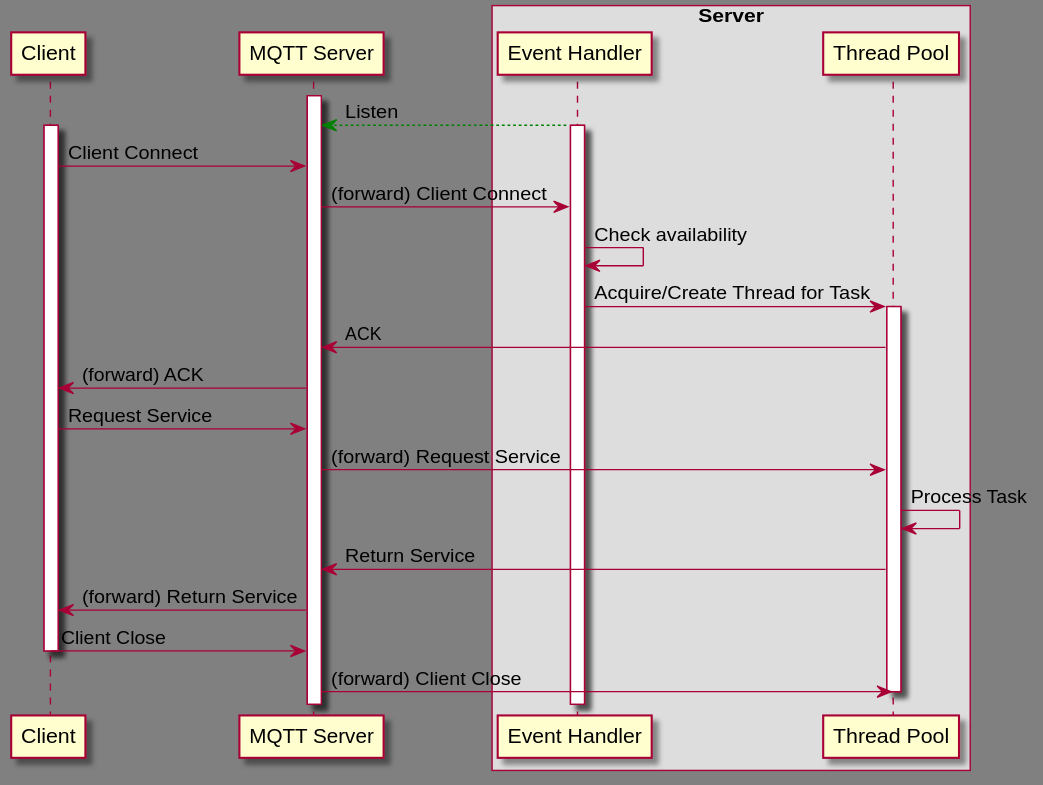
Above: docs/SequenceDiagram.svg in Jvandijk335/CLI_ESCAPE_ROOM (PlantUML), before the change. Its diagram source:
```plantuml
@startuml SequenceDiagram
skinparam BackgroundColor #AliceBluegit


participant Client
participant "MQTT Server" as MqttServer
box Server
skinparam BackgroundColor grey
participant "Event Handler" as Server
participant "Thread Pool" as ThreadPool
end box

activate MqttServer

MqttServer <--[#green]-- Server : Listen
activate Server

activate Client
Client -> MqttServer : Client Connect
MqttServer -> Server : (forward) Client Connect
Server -> Server : Check availability

Server -> ThreadPool : Acquire/Create Thread for Task
activate ThreadPool
ThreadPool -> MqttServer : ACK
MqttServer -> Client : (forward) ACK

Client -> MqttServer : Request Service
MqttServer -> ThreadPool : (forward) Request Service

ThreadPool -> ThreadPool : Process Task
ThreadPool -> MqttServer : Return Service
MqttServer -> Client : (forward) Return Service

Client -> MqttServer : Client Close
deactivate Client
MqttServer -> ThreadPool : (forward) Client Close
deactivate ThreadPool

@enduml
```
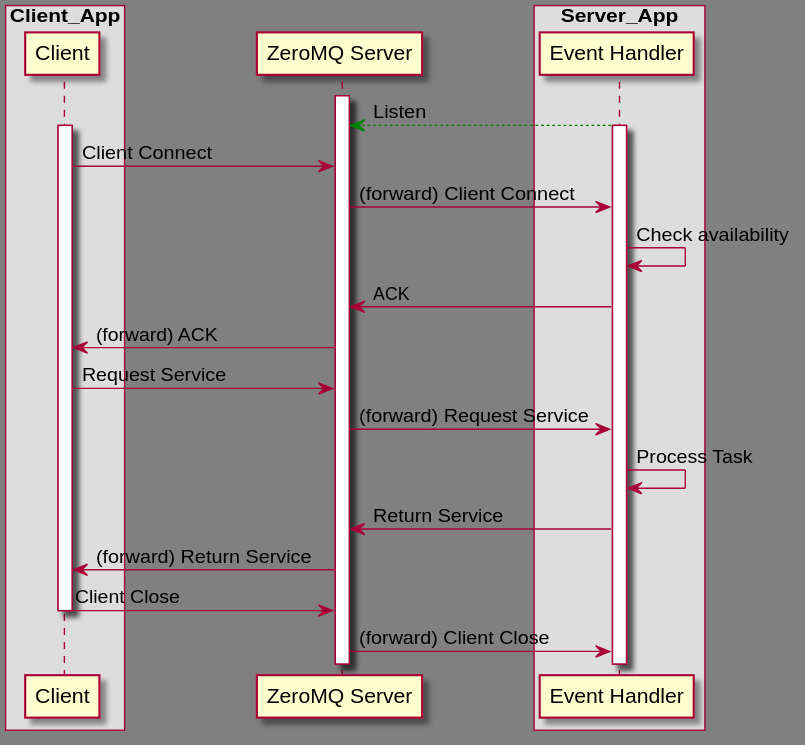
After the commit.

The edit, as a diff of the source:
```diff
@@ -1,40 +1,37 @@
 @startuml SequenceDiagram
 skinparam BackgroundColor #AliceBluegit
 
-
+box Client_App
+skinparam BackgroundColor grey
 participant Client
-participant "MQTT Server" as MqttServer
-box Server
+end box
+participant "ZeroMQ Server" as ZeroMQServer
+box Server_App
 skinparam BackgroundColor grey
 participant "Event Handler" as Server
-participant "Thread Pool" as ThreadPool
 end box
 
-activate MqttServer
+activate ZeroMQServer
 
-MqttServer <--[#green]-- Server : Listen
+ZeroMQServer <--[#green]-- Server : Listen
 activate Server
 
 activate Client
-Client -> MqttServer : Client Connect
-MqttServer -> Server : (forward) Client Connect
+Client -> ZeroMQServer : Client Connect
+ZeroMQServer -> Server : (forward) Client Connect
 Server -> Server : Check availability
 
-Server -> ThreadPool : Acquire/Create Thread for Task
-activate ThreadPool
-ThreadPool -> MqttServer : ACK
-MqttServer -> Client : (forward) ACK
+Server -> ZeroMQServer : ACK
+ZeroMQServer -> Client : (forward) ACK
 
-Client -> MqttServer : Request Service
-MqttServer -> ThreadPool : (forward) Request Service
+Client -> ZeroMQServer : Request Service
+ZeroMQServer -> Server : (forward) Request Service
 
-ThreadPool -> ThreadPool : Process Task
-ThreadPool -> MqttServer : Return Service
-MqttServer -> Client : (forward) Return Service
+Server -> Server : Process Task
+Server -> ZeroMQServer : Return Service
+ZeroMQServer -> Client : (forward) Return Service
 
-Client -> MqttServer : Client Close
+Client -> ZeroMQServer : Client Close
 deactivate Client
-MqttServer -> ThreadPool : (forward) Client Close
-deactivate ThreadPool
-
+ZeroMQServer -> Server : (forward) Client Close
 @enduml
```
